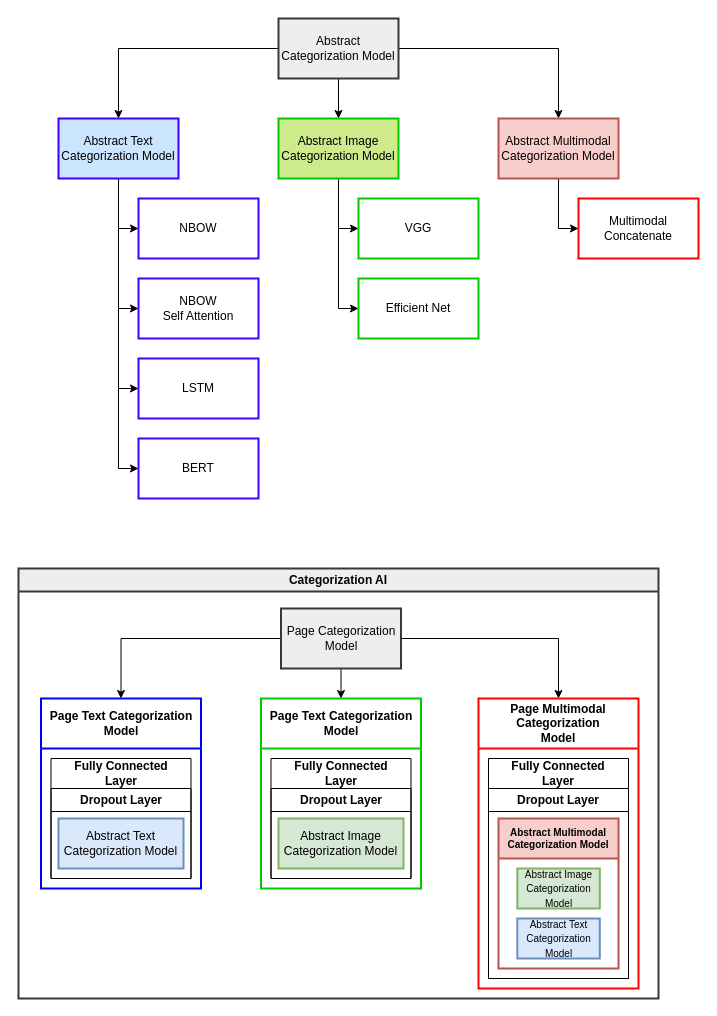
Above: docs/sdk/examples/document_categorization/CategorizationAI.drawio in konfuzio-ai/konfuzio-sdk (draw.io), before the change. Source tidied: cells renumbered, new cells numbered last; positions are measured from the earlier drawing's top-left corner, leaving out a move shared by most shapes. Both pictures are drawn from the tidied source at 100%, with x=0, y=0 at pixel (18, 18).
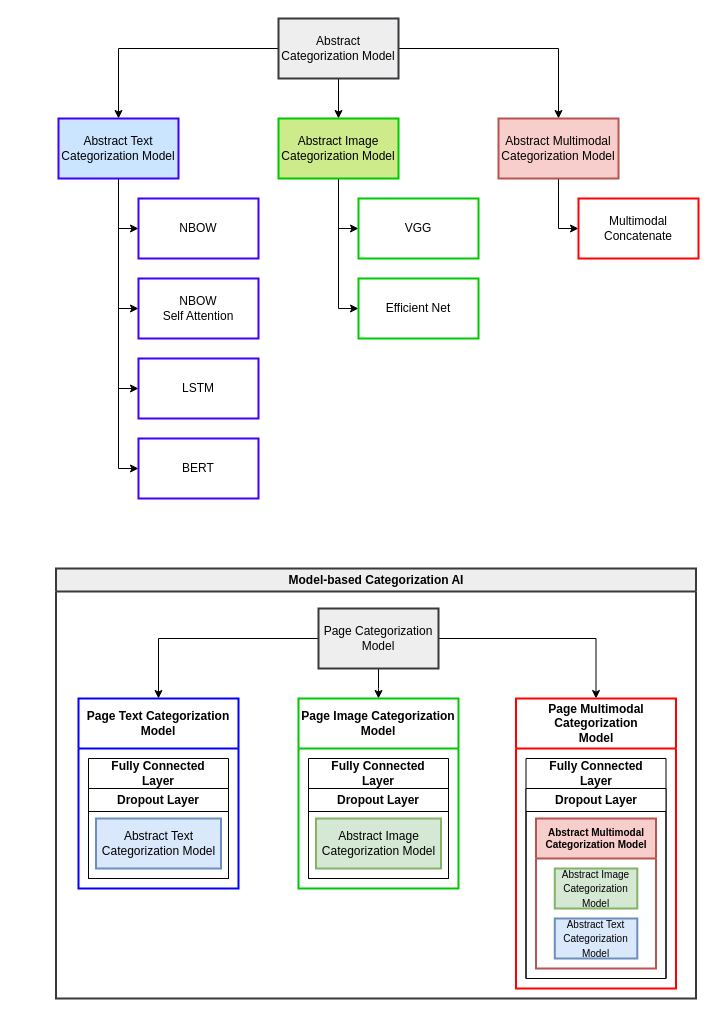
The same page after the edit.

Commit message (it also covers changes not shown here):
fix typo in Categorization AI diagram

What changed in the source:
```diff
@@
     <mxCell id="17" style="edgeStyle=orthogonalEdgeStyle;rounded=0;jettySize=auto;html=1;entryX=0.5;entryY=0;entryDx=0;entryDy=0;" parent="1" edge="1" source="19">
       <mxGeometry relative="1" as="geometry">
-        <mxPoint x="322.5" y="680" as="targetPoint" />
+        <mxPoint x="360" y="680" as="targetPoint" />
       </mxGeometry>
     </mxCell>
@@
     <mxCell id="19" value="Page Categorization Model" style="rounded=0;whiteSpace=wrap;html=1;fillColor=#eeeeee;strokeColor=#36393d;strokeWidth=2;" parent="1" vertex="1">
-      <mxGeometry x="262.5" y="590" width="120" height="60" as="geometry" />
+      <mxGeometry x="300" y="590" width="120" height="60" as="geometry" />
     </mxCell>
@@
     <mxCell id="27" value="Dropout Layer" style="swimlane;whiteSpace=wrap;html=1;" parent="1" vertex="1">
-      <mxGeometry x="32.5" y="770" width="140" height="90" as="geometry" />
+      <mxGeometry x="70" y="770" width="140" height="90" as="geometry" />
     </mxCell>
@@
     <mxCell id="31" value="Dropout Layer" style="swimlane;whiteSpace=wrap;html=1;" parent="1" vertex="1">
-      <mxGeometry x="252.5" y="770" width="140" height="90" as="geometry" />
+      <mxGeometry x="290" y="770" width="140" height="90" as="geometry" />
     </mxCell>
-    <mxCell id="32" value="Page Text Categorization&lt;br&gt;Model" style="swimlane;whiteSpace=wrap;html=1;startSize=50;strokeColor=#00C900;strokeWidth=2;" parent="31" vertex="1">
+    <mxCell id="32" value="Page Image Categorization&lt;br&gt;Model" style="swimlane;whiteSpace=wrap;html=1;startSize=50;strokeColor=#00C900;strokeWidth=2;" parent="31" vertex="1">
       <mxGeometry x="-10" y="-90" width="160" height="190" as="geometry" />
     </mxCell>
@@
-    <mxCell id="35" value="Categorization AI" style="swimlane;whiteSpace=wrap;html=1;fillColor=#eeeeee;strokeColor=#36393d;strokeWidth=2;" parent="1" vertex="1">
-      <mxGeometry y="550" width="640" height="430" as="geometry" />
+    <mxCell id="35" value="Model-based Categorization AI" style="swimlane;whiteSpace=wrap;html=1;fillColor=#eeeeee;strokeColor=#36393d;strokeWidth=2;" parent="1" vertex="1">
+      <mxGeometry x="37.5" y="550" width="640" height="430" as="geometry" />
     </mxCell>
```
